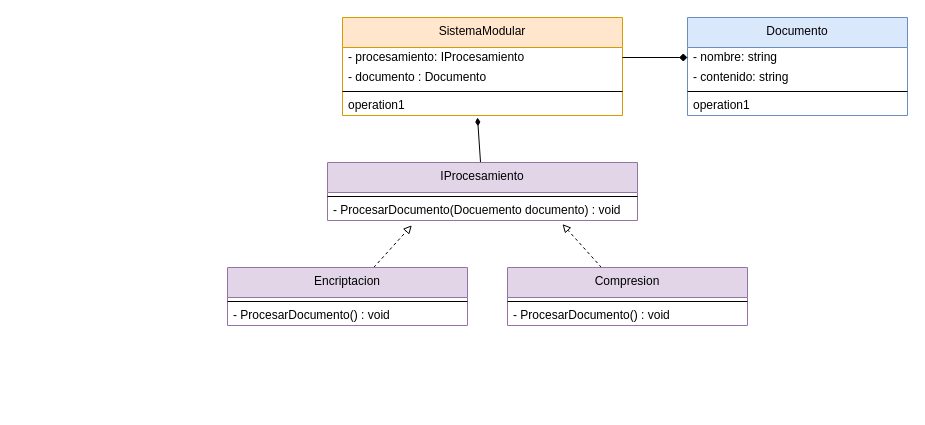
The draw.io diagram clase_20_/simulacro_parcial.dio in EdgarSteinberg/programacion-2-repaso, before the edit. Source tidied: cells renumbered, new cells numbered last; positions are measured from the earlier drawing's top-left corner, leaving out a move shared by most shapes. Both pictures are drawn from the tidied source at 100%, with x=0, y=0 at pixel (227, 17).
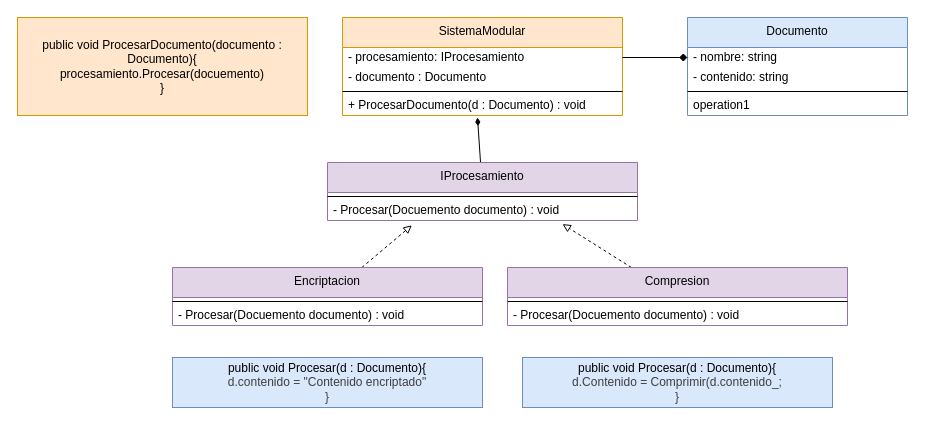
The same diagram, later.

Commit message:
actualizando diagrama

Unchanged cells that the change refers to:
```xml
<mxCell id="2" value="SistemaModular" style="swimlane;fontStyle=0;align=center;verticalAlign=top;horizontal=1;startSize=30;html=1;whiteSpace=wrap;fillColor=#ffe6cc;strokeColor=#d79b00;" parent="1" vertex="1">
  <mxGeometry x="115" width="280" height="98" as="geometry" />
</mxCell>
<mxCell id="8" value="IProcesamiento" style="swimlane;fontStyle=0;align=center;verticalAlign=top;horizontal=1;startSize=30;html=1;whiteSpace=wrap;fillColor=#e1d5e7;strokeColor=#9673a6;" parent="1" vertex="1">
  <mxGeometry x="100" y="145" width="310" height="58" as="geometry" />
</mxCell>
```

Diff of the diagram source:
```diff
@@
-    <mxCell id="6" value="operation1" style="text;html=1;strokeColor=none;fillColor=none;align=left;verticalAlign=middle;spacingLeft=4;spacingRight=4;overflow=hidden;whiteSpace=wrap;" parent="2" vertex="1">
+    <mxCell id="6" value="+ ProcesarDocumento(d : Documento) : void" style="text;html=1;strokeColor=none;fillColor=none;align=left;verticalAlign=middle;spacingLeft=4;spacingRight=4;overflow=hidden;whiteSpace=wrap;" parent="2" vertex="1">
       <mxGeometry y="78" width="280" height="20" as="geometry" />
     </mxCell>
@@
-    <mxCell id="10" value="- ProcesarDocumento(Docuemento documento) : void&amp;nbsp;" style="text;html=1;strokeColor=none;fillColor=none;align=left;verticalAlign=middle;spacingLeft=4;spacingRight=4;overflow=hidden;points=[[0,0.5],[1,0.5]];portConstraint=eastwest;whiteSpace=wrap;" parent="8" vertex="1">
+    <mxCell id="10" value="- Procesar(Docuemento documento) : void&amp;nbsp;" style="text;html=1;strokeColor=none;fillColor=none;align=left;verticalAlign=middle;spacingLeft=4;spacingRight=4;overflow=hidden;points=[[0,0.5],[1,0.5]];portConstraint=eastwest;whiteSpace=wrap;" parent="8" vertex="1">
       <mxGeometry y="38" width="310" height="20" as="geometry" />
     </mxCell>
@@
     <mxCell id="12" value="Encriptacion" style="swimlane;fontStyle=0;align=center;verticalAlign=top;horizontal=1;startSize=30;html=1;whiteSpace=wrap;fillColor=#e1d5e7;strokeColor=#9673a6;" parent="1" vertex="1">
-      <mxGeometry y="250" width="240" height="58" as="geometry" />
+      <mxGeometry x="-55" y="250" width="310" height="58" as="geometry" />
     </mxCell>
     <mxCell id="13" style="line;strokeWidth=1;fillColor=none;align=left;verticalAlign=middle;spacingTop=-1;spacingLeft=3;spacingRight=3;labelPosition=right;" parent="12" vertex="1">
-      <mxGeometry y="30" width="240" height="8" as="geometry" />
+      <mxGeometry y="30" width="310" height="8" as="geometry" />
     </mxCell>
-    <mxCell id="14" value="- ProcesarDocumento() : void&amp;nbsp;" style="text;html=1;strokeColor=none;fillColor=none;align=left;verticalAlign=middle;spacingLeft=4;spacingRight=4;overflow=hidden;whiteSpace=wrap;" parent="12" vertex="1">
-      <mxGeometry y="38" width="240" height="20" as="geometry" />
-    </mxCell>
+    <mxCell id="25" value="- Procesar(Docuemento documento) : void&amp;nbsp;" style="text;html=1;strokeColor=none;fillColor=none;align=left;verticalAlign=middle;spacingLeft=4;spacingRight=4;overflow=hidden;whiteSpace=wrap;" parent="12" vertex="1">
+      <mxGeometry y="38" width="310" height="20" as="geometry" />
+    </mxCell>
@@
     <mxCell id="16" value="Compresion" style="swimlane;fontStyle=0;align=center;verticalAlign=top;horizontal=1;startSize=30;html=1;whiteSpace=wrap;fillColor=#e1d5e7;strokeColor=#9673a6;" parent="1" vertex="1">
-      <mxGeometry x="280" y="250" width="240" height="58" as="geometry" />
+      <mxGeometry x="280" y="250" width="340" height="58" as="geometry" />
     </mxCell>
     <mxCell id="17" style="line;strokeWidth=1;fillColor=none;align=left;verticalAlign=middle;spacingTop=-1;spacingLeft=3;spacingRight=3;labelPosition=right;" parent="16" vertex="1">
-      <mxGeometry y="30" width="240" height="8" as="geometry" />
+      <mxGeometry y="30" width="340" height="8" as="geometry" />
     </mxCell>
-    <mxCell id="18" value="- ProcesarDocumento() : void&amp;nbsp;" style="text;html=1;strokeColor=none;fillColor=none;align=left;verticalAlign=middle;spacingLeft=4;spacingRight=4;overflow=hidden;whiteSpace=wrap;" parent="16" vertex="1">
-      <mxGeometry y="38" width="240" height="20" as="geometry" />
-    </mxCell>
+    <mxCell id="26" value="- Procesar(Docuemento documento) : void&amp;nbsp;" style="text;html=1;strokeColor=none;fillColor=none;align=left;verticalAlign=middle;spacingLeft=4;spacingRight=4;overflow=hidden;whiteSpace=wrap;" parent="16" vertex="1">
+      <mxGeometry y="38" width="340" height="20" as="geometry" />
+    </mxCell>
@@
+    <mxCell id="27" value="public void ProcesarDocumento(documento : Documento){&lt;div&gt;procesamiento.Procesar(docuemento)&lt;/div&gt;&lt;div&gt;}&lt;/div&gt;" style="text;html=1;whiteSpace=wrap;strokeColor=#d79b00;fillColor=#ffe6cc;align=center;verticalAlign=middle;rounded=0;" parent="1" vertex="1">
+      <mxGeometry x="-210" width="290" height="98" as="geometry" />
+    </mxCell>
+    <mxCell id="28" value="&lt;span style=&quot;color: rgb(0, 0, 0);&quot;&gt;public void Procesar(d : Documento){&lt;/span&gt;&lt;div style=&quot;color: rgb(63, 63, 63); scrollbar-color: rgba(78, 86, 102, 0.38) rgb(22, 25, 29);&quot;&gt;d.contenido = &quot;Contenido encriptado&quot;&lt;/div&gt;&lt;div style=&quot;color: rgb(63, 63, 63); scrollbar-color: rgba(78, 86, 102, 0.38) rgb(22, 25, 29);&quot;&gt;}&lt;/div&gt;" style="text;html=1;whiteSpace=wrap;strokeColor=#6c8ebf;fillColor=#dae8fc;align=center;verticalAlign=middle;rounded=0;" parent="1" vertex="1">
+      <mxGeometry x="-55" y="340" width="310" height="50" as="geometry" />
+    </mxCell>
+    <mxCell id="29" value="&lt;span style=&quot;color: rgb(0, 0, 0);&quot;&gt;public void Procesar(d : Documento){&lt;/span&gt;&lt;div style=&quot;color: rgb(63, 63, 63); scrollbar-color: rgba(78, 86, 102, 0.38) rgb(22, 25, 29);&quot;&gt;d.Contenido = Comprimir(d.contenido_;&lt;/div&gt;&lt;div style=&quot;color: rgb(63, 63, 63); scrollbar-color: rgba(78, 86, 102, 0.38) rgb(22, 25, 29);&quot;&gt;}&lt;/div&gt;" style="text;html=1;whiteSpace=wrap;strokeColor=#6c8ebf;fillColor=#dae8fc;align=center;verticalAlign=middle;rounded=0;" parent="1" vertex="1">
+      <mxGeometry x="295" y="340" width="310" height="50" as="geometry" />
+    </mxCell>
```
